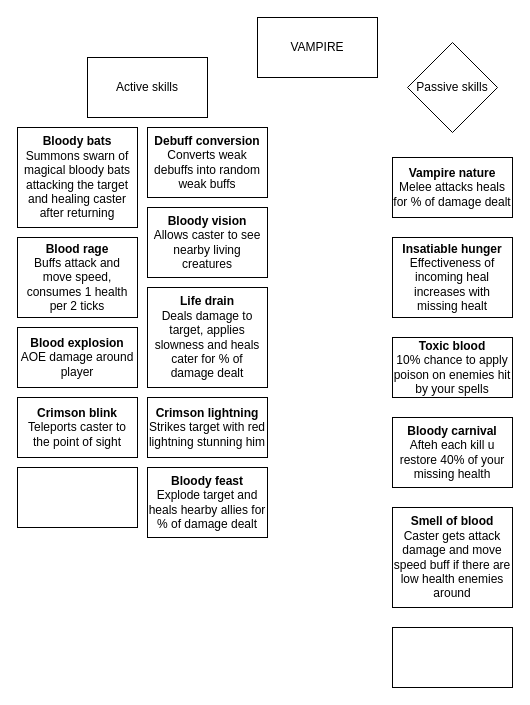
x3rdev/solaris keeps this draw.io diagram as page "Vampire skills" (7 of 12) of Solaris.drawio. Above is the earlier version. Source tidied: cells renumbered, new cells numbered last; positions are measured from the earlier drawing's top-left corner, leaving out a move shared by most shapes. Both pictures are drawn from the tidied source at 100%, with x=0, y=0 at pixel (17, 17).
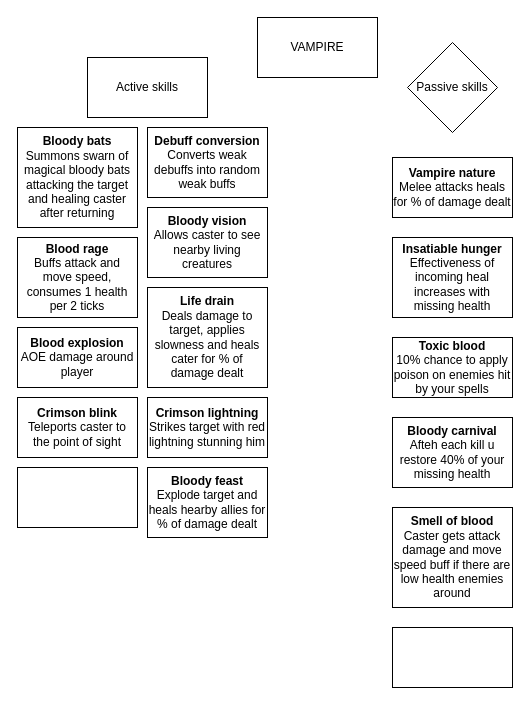
The same diagram, later.

What changed in the source:
```diff
@@
-    <mxCell id="13" value="Insatiable hunger&lt;br&gt;&lt;span style=&quot;font-weight: normal;&quot;&gt;Effectiveness of incoming heal increases with missing healt&lt;/span&gt;" style="rounded=0;whiteSpace=wrap;html=1;fontStyle=1;" parent="1" vertex="1">
+    <mxCell id="13" value="Insatiable hunger&lt;br&gt;&lt;span style=&quot;font-weight: normal;&quot;&gt;Effectiveness of incoming heal increases with missing health&lt;/span&gt;" style="rounded=0;whiteSpace=wrap;html=1;fontStyle=1;" parent="1" vertex="1">
       <mxGeometry x="375" y="220" width="120" height="80" as="geometry" />
     </mxCell>
```
